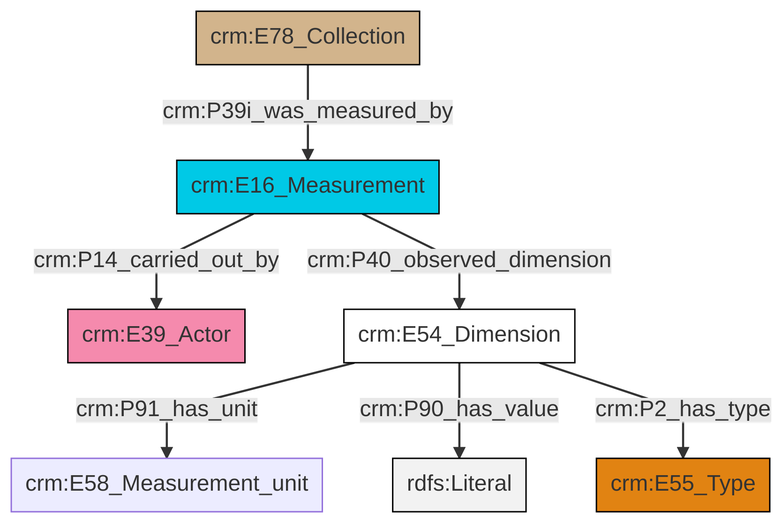
Above: et/archivalCSV/ttl/mmd/png/archival_substance.png in swiss-art-research-net/docs.swissartresearch (Mermaid), before the change. Its source is kept beside it as et/archivalCSV/ttl/mmd/archival_substance.ttl.mmd.
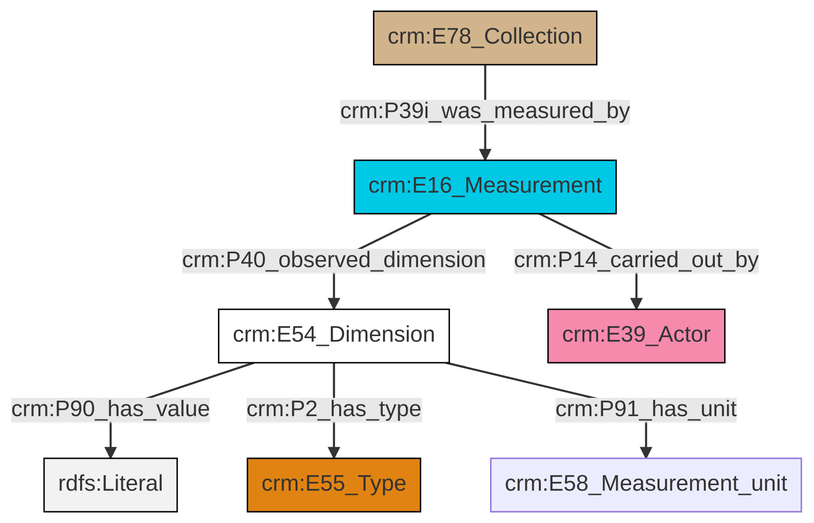
Above is the later version.

The edit, as a diff of the source:
```diff
@@ -13,9 +13,9 @@
 classDef PC_Classes fill:#4ce600, stroke:#000000;
 classDef Multi fill:#cccccc,stroke:#000000;
 
-2["crm:E54_Dimension"]:::CRM_Entity -->|crm:P91_has_unit| 3["crm:E58_Measurement_unit"]:::Default
-2["crm:E54_Dimension"]:::CRM_Entity -->|crm:P90_has_value| 4[rdfs:Literal]:::Literal
-2["crm:E54_Dimension"]:::CRM_Entity -->|crm:P2_has_type| 5["crm:E55_Type"]:::Type
-6["crm:E78_Collection"]:::Physical_Thing -->|crm:P39i_was_measured_by| 7["crm:E16_Measurement"]:::Temporal_Entity
-7["crm:E16_Measurement"]:::Temporal_Entity -->|crm:P14_carried_out_by| 0["crm:E39_Actor"]:::Actor
-7["crm:E16_Measurement"]:::Temporal_Entity -->|crm:P40_observed_dimension| 2["crm:E54_Dimension"]:::CRM_Entity
+2["crm:E78_Collection"]:::Physical_Thing -->|crm:P39i_was_measured_by| 3["crm:E16_Measurement"]:::Temporal_Entity
+3["crm:E16_Measurement"]:::Temporal_Entity -->|crm:P40_observed_dimension| 0["crm:E54_Dimension"]:::CRM_Entity
+3["crm:E16_Measurement"]:::Temporal_Entity -->|crm:P14_carried_out_by| 4["crm:E39_Actor"]:::Actor
+0["crm:E54_Dimension"]:::CRM_Entity -->|crm:P90_has_value| 12[rdfs:Literal]:::Literal
+0["crm:E54_Dimension"]:::CRM_Entity -->|crm:P2_has_type| 6["crm:E55_Type"]:::Type
+0["crm:E54_Dimension"]:::CRM_Entity -->|crm:P91_has_unit| 9["crm:E58_Measurement_unit"]:::Default
```
